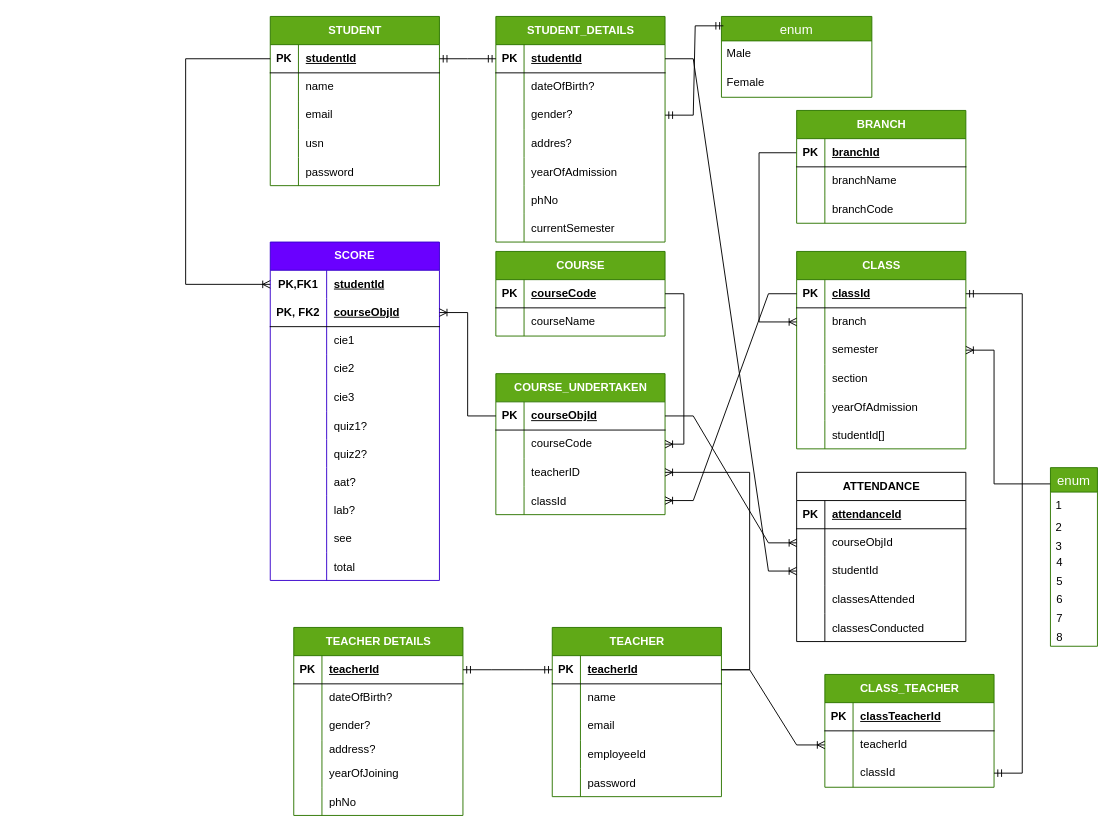
Before: server/CodeIo.drawio in raina-pulkit/CodeIO, a draw.io diagram. Source tidied: cells renumbered, new cells numbered last; positions are measured from the earlier drawing's top-left corner, leaving out a move shared by most shapes. Both pictures are drawn from the tidied source at 94%, with x=0, y=0 at pixel (185, 16).
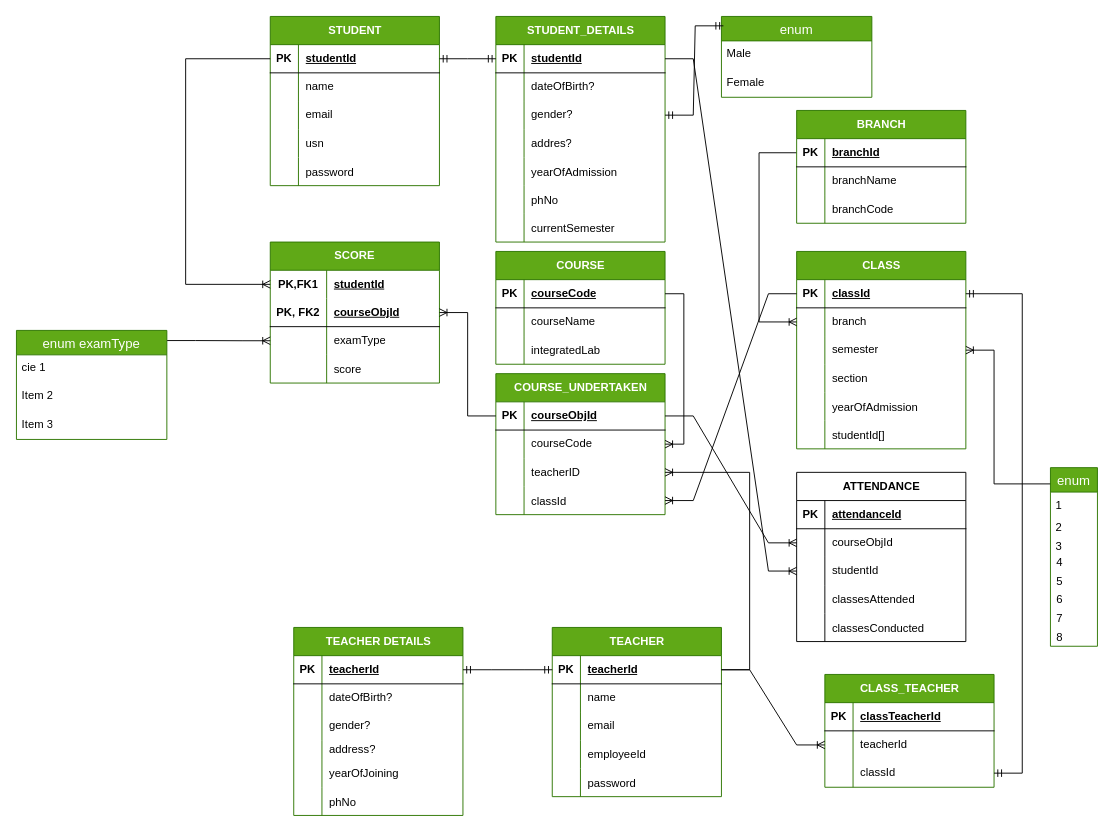
The same diagram, later.

Unchanged cells that the change refers to:
```xml
<mxCell id="52" style="shape=tableRow;horizontal=0;startSize=0;swimlaneHead=0;swimlaneBody=0;fillColor=none;points=[[0,0.5],[1,0.5]];portConstraint=eastwest;top=0;left=0;right=0;bottom=0;html=1;" parent="45" vertex="1">
  <mxGeometry y="90" width="180" height="30" as="geometry" />
</mxCell>
```

Change to the diagram source:
```diff
@@
-    <mxCell id="45" value="SCORE" style="shape=table;startSize=30;childLayout=tableLayout;rowLines=0;fontStyle=1;align=center;html=1;whiteSpace=wrap;fillColor=#6a00ff;fontColor=#ffffff;strokeColor=#3700CC;" parent="1" vertex="1">
-      <mxGeometry x="90" y="240" width="180" height="360" as="geometry" />
+    <mxCell id="45" value="SCORE" style="shape=table;startSize=30;childLayout=tableLayout;rowLines=0;fontStyle=1;align=center;html=1;whiteSpace=wrap;fillColor=#60a917;fontColor=#ffffff;strokeColor=#2D7600;" parent="1" vertex="1">
+      <mxGeometry x="90" y="240" width="180" height="150" as="geometry" />
     </mxCell>
@@
-    <mxCell id="54" value="cie1" style="shape=partialRectangle;fillColor=none;top=0;left=0;bottom=0;right=0;align=left;spacingLeft=6;overflow=hidden;html=1;whiteSpace=wrap;" parent="52" vertex="1">
+    <mxCell id="54" value="examType" style="shape=partialRectangle;fillColor=none;top=0;left=0;bottom=0;right=0;align=left;spacingLeft=6;overflow=hidden;html=1;whiteSpace=wrap;" parent="52" vertex="1">
       <mxGeometry x="60" width="120" height="30" as="geometry" />
     </mxCell>
-    <mxCell id="55" style="shape=tableRow;horizontal=0;startSize=0;swimlaneHead=0;swimlaneBody=0;fillColor=none;top=0;left=0;right=0;bottom=0;html=1;" parent="45" vertex="1">
-      <mxGeometry y="120" width="180" height="30" as="geometry" />
-    </mxCell>
-    <mxCell id="56" style="shape=partialRectangle;fillColor=none;top=0;left=0;bottom=0;right=0;overflow=hidden;html=1;whiteSpace=wrap;" parent="55" vertex="1">
-      <mxGeometry width="60" height="30" as="geometry" />
-    </mxCell>
-    <mxCell id="57" value="cie2" style="shape=partialRectangle;fillColor=none;top=0;left=0;bottom=0;right=0;align=left;spacingLeft=6;overflow=hidden;html=1;whiteSpace=wrap;" parent="55" vertex="1">
-      <mxGeometry x="60" width="120" height="30" as="geometry" />
-    </mxCell>
-    <mxCell id="58" style="shape=tableRow;horizontal=0;startSize=0;swimlaneHead=0;swimlaneBody=0;fillColor=none;top=0;left=0;right=0;bottom=0;" parent="45" vertex="1">
-      <mxGeometry y="150" width="180" height="30" as="geometry" />
-    </mxCell>
-    <mxCell id="59" style="shape=partialRectangle;fillColor=none;top=0;left=0;bottom=0;right=0;overflow=hidden;" parent="58" vertex="1">
-      <mxGeometry width="60" height="30" as="geometry" />
-    </mxCell>
-    <mxCell id="60" value="cie3" style="shape=partialRectangle;fillColor=none;top=0;left=0;bottom=0;right=0;align=left;spacingLeft=6;overflow=hidden;" parent="58" vertex="1">
-      <mxGeometry x="60" width="120" height="30" as="geometry" />
-    </mxCell>
-    <mxCell id="61" style="shape=tableRow;horizontal=0;startSize=0;swimlaneHead=0;swimlaneBody=0;fillColor=none;top=0;left=0;right=0;bottom=0;" parent="45" vertex="1">
-      <mxGeometry y="180" width="180" height="30" as="geometry" />
-    </mxCell>
-    <mxCell id="62" style="shape=partialRectangle;fillColor=none;top=0;left=0;bottom=0;right=0;overflow=hidden;" parent="61" vertex="1">
-      <mxGeometry width="60" height="30" as="geometry" />
-    </mxCell>
-    <mxCell id="63" value="quiz1?" style="shape=partialRectangle;fillColor=none;top=0;left=0;bottom=0;right=0;align=left;spacingLeft=6;overflow=hidden;" parent="61" vertex="1">
-      <mxGeometry x="60" width="120" height="30" as="geometry" />
-    </mxCell>
-    <mxCell id="64" style="shape=tableRow;horizontal=0;startSize=0;swimlaneHead=0;swimlaneBody=0;fillColor=none;top=0;left=0;right=0;bottom=0;" parent="45" vertex="1">
-      <mxGeometry y="210" width="180" height="30" as="geometry" />
-    </mxCell>
-    <mxCell id="65" style="shape=partialRectangle;fillColor=none;top=0;left=0;bottom=0;right=0;overflow=hidden;" parent="64" vertex="1">
-      <mxGeometry width="60" height="30" as="geometry" />
-    </mxCell>
-    <mxCell id="66" value="quiz2?" style="shape=partialRectangle;fillColor=none;top=0;left=0;bottom=0;right=0;align=left;spacingLeft=6;overflow=hidden;" parent="64" vertex="1">
-      <mxGeometry x="60" width="120" height="30" as="geometry" />
-    </mxCell>
-    <mxCell id="67" style="shape=tableRow;horizontal=0;startSize=0;swimlaneHead=0;swimlaneBody=0;fillColor=none;top=0;left=0;right=0;bottom=0;" parent="45" vertex="1">
-      <mxGeometry y="240" width="180" height="30" as="geometry" />
-    </mxCell>
-    <mxCell id="68" style="shape=partialRectangle;fillColor=none;top=0;left=0;bottom=0;right=0;overflow=hidden;" parent="67" vertex="1">
-      <mxGeometry width="60" height="30" as="geometry" />
-    </mxCell>
-    <mxCell id="69" value="aat?" style="shape=partialRectangle;fillColor=none;top=0;left=0;bottom=0;right=0;align=left;spacingLeft=6;overflow=hidden;" parent="67" vertex="1">
-      <mxGeometry x="60" width="120" height="30" as="geometry" />
-    </mxCell>
-    <mxCell id="70" style="shape=tableRow;horizontal=0;startSize=0;swimlaneHead=0;swimlaneBody=0;fillColor=none;top=0;left=0;right=0;bottom=0;" parent="45" vertex="1">
-      <mxGeometry y="270" width="180" height="30" as="geometry" />
-    </mxCell>
-    <mxCell id="71" style="shape=partialRectangle;fillColor=none;top=0;left=0;bottom=0;right=0;overflow=hidden;" parent="70" vertex="1">
-      <mxGeometry width="60" height="30" as="geometry" />
-    </mxCell>
-    <mxCell id="72" value="lab?" style="shape=partialRectangle;fillColor=none;top=0;left=0;bottom=0;right=0;align=left;spacingLeft=6;overflow=hidden;" parent="70" vertex="1">
-      <mxGeometry x="60" width="120" height="30" as="geometry" />
-    </mxCell>
-    <mxCell id="73" style="shape=tableRow;horizontal=0;startSize=0;swimlaneHead=0;swimlaneBody=0;fillColor=none;top=0;left=0;right=0;bottom=0;" parent="45" vertex="1">
-      <mxGeometry y="300" width="180" height="30" as="geometry" />
-    </mxCell>
-    <mxCell id="74" style="shape=partialRectangle;fillColor=none;top=0;left=0;bottom=0;right=0;overflow=hidden;" parent="73" vertex="1">
-      <mxGeometry width="60" height="30" as="geometry" />
-    </mxCell>
-    <mxCell id="75" value="see" style="shape=partialRectangle;fillColor=none;top=0;left=0;bottom=0;right=0;align=left;spacingLeft=6;overflow=hidden;" parent="73" vertex="1">
-      <mxGeometry x="60" width="120" height="30" as="geometry" />
-    </mxCell>
     <mxCell id="76" style="shape=tableRow;horizontal=0;startSize=0;swimlaneHead=0;swimlaneBody=0;fillColor=none;top=0;left=0;right=0;bottom=0;" parent="45" vertex="1">
-      <mxGeometry y="330" width="180" height="30" as="geometry" />
+      <mxGeometry y="120" width="180" height="30" as="geometry" />
     </mxCell>
@@
-    <mxCell id="78" value="total" style="shape=partialRectangle;fillColor=none;top=0;left=0;bottom=0;right=0;align=left;spacingLeft=6;overflow=hidden;" parent="76" vertex="1">
+    <mxCell id="78" value="score" style="shape=partialRectangle;fillColor=none;top=0;left=0;bottom=0;right=0;align=left;spacingLeft=6;overflow=hidden;" parent="76" vertex="1">
       <mxGeometry x="60" width="120" height="30" as="geometry" />
     </mxCell>
@@
     <mxCell id="80" value="COURSE" style="shape=table;startSize=30;childLayout=tableLayout;rowLines=0;fontStyle=1;align=center;html=1;fillColor=#60a917;fontColor=#ffffff;strokeColor=#2D7600;" parent="1" vertex="1">
-      <mxGeometry x="330" y="250" width="180" height="90" as="geometry" />
+      <mxGeometry x="330" y="250" width="180" height="120" as="geometry" />
     </mxCell>
@@
+    <mxCell id="221" style="shape=tableRow;horizontal=0;startSize=0;swimlaneHead=0;swimlaneBody=0;fillColor=none;top=0;left=0;right=0;bottom=0;" parent="80" vertex="1">
+      <mxGeometry y="90" width="180" height="30" as="geometry" />
+    </mxCell>
+    <mxCell id="222" style="shape=partialRectangle;fillColor=none;top=0;left=0;bottom=0;right=0;overflow=hidden;" parent="221" vertex="1">
+      <mxGeometry width="30" height="30" as="geometry" />
+    </mxCell>
+    <mxCell id="223" value="integratedLab" style="shape=partialRectangle;fillColor=none;top=0;left=0;bottom=0;right=0;align=left;spacingLeft=6;overflow=hidden;" parent="221" vertex="1">
+      <mxGeometry x="30" width="150" height="30" as="geometry" />
+    </mxCell>
@@
+    <mxCell id="224" value="enum examType" style="swimlane;fontStyle=0;horizontal=1;startSize=26;align=center;fontSize=14;fillColor=#60a917;fontColor=#ffffff;strokeColor=#2D7600;" parent="1" vertex="1">
+      <mxGeometry x="-180" y="334" width="160" height="116" as="geometry" />
+    </mxCell>
+    <mxCell id="225" value="cie 1" style="text;strokeColor=none;fillColor=none;spacingLeft=4;spacingRight=4;overflow=hidden;fontSize=12;whiteSpace=wrap;html=1;" parent="224" vertex="1">
+      <mxGeometry y="26" width="160" height="30" as="geometry" />
+    </mxCell>
+    <mxCell id="226" value="Item 2" style="text;strokeColor=none;fillColor=none;spacingLeft=4;spacingRight=4;overflow=hidden;fontSize=12;whiteSpace=wrap;html=1;" parent="224" vertex="1">
+      <mxGeometry y="56" width="160" height="30" as="geometry" />
+    </mxCell>
+    <mxCell id="227" value="Item 3" style="text;strokeColor=none;fillColor=none;spacingLeft=4;spacingRight=4;overflow=hidden;fontSize=12;whiteSpace=wrap;html=1;" parent="224" vertex="1">
+      <mxGeometry y="86" width="160" height="30" as="geometry" />
+    </mxCell>
+    <mxCell id="228" style="edgeStyle=entityRelationEdgeStyle;fontSize=12;html=1;endArrow=ERoneToMany;rounded=0;exitX=1.002;exitY=0.093;exitDx=0;exitDy=0;exitPerimeter=0;entryX=0;entryY=0.5;entryDx=0;entryDy=0;" parent="1" edge="1" source="224" target="52">
+      <mxGeometry relative="1" as="geometry" />
+    </mxCell>
```
